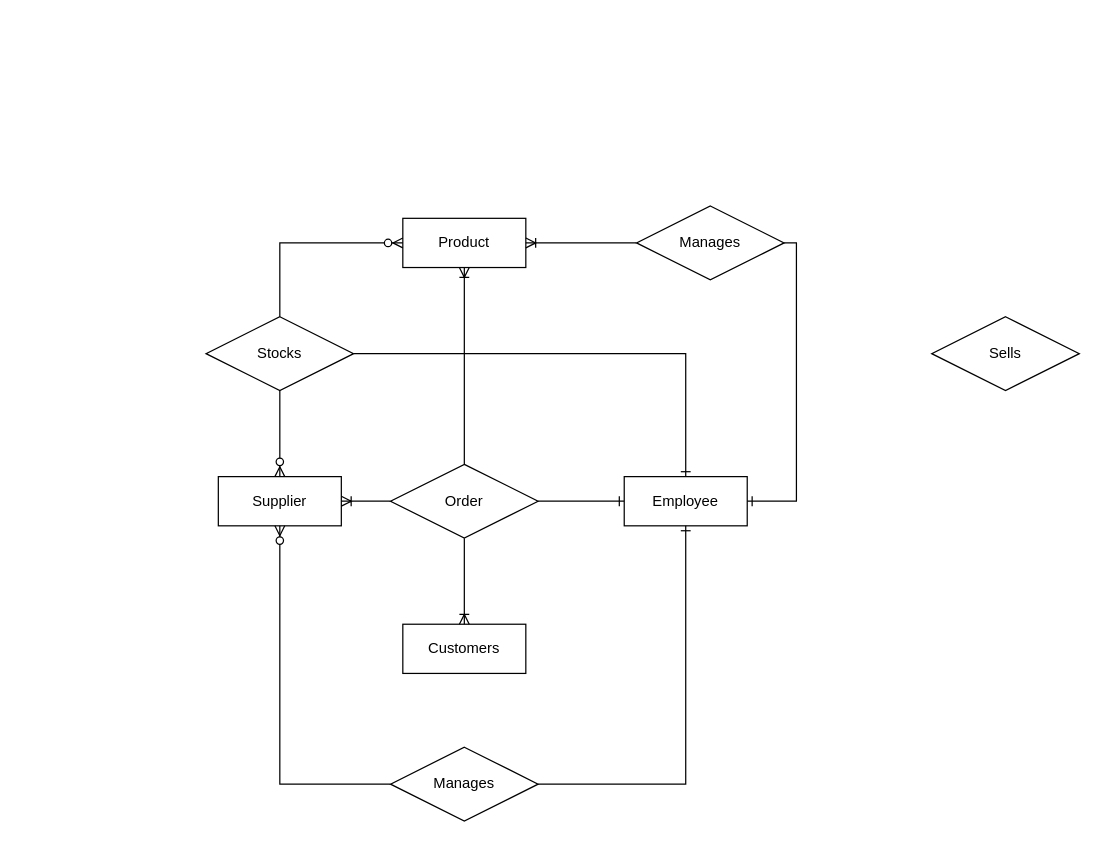
ADmex1/Design-Structure keeps this draw.io diagram as Store IS.drawio. Above is the earlier version. Source tidied: cells renumbered, new cells numbered last; positions are measured from the earlier drawing's top-left corner, leaving out a move shared by most shapes. Both pictures are drawn from the tidied source at 123%, with x=0, y=0 at pixel (205, 205).
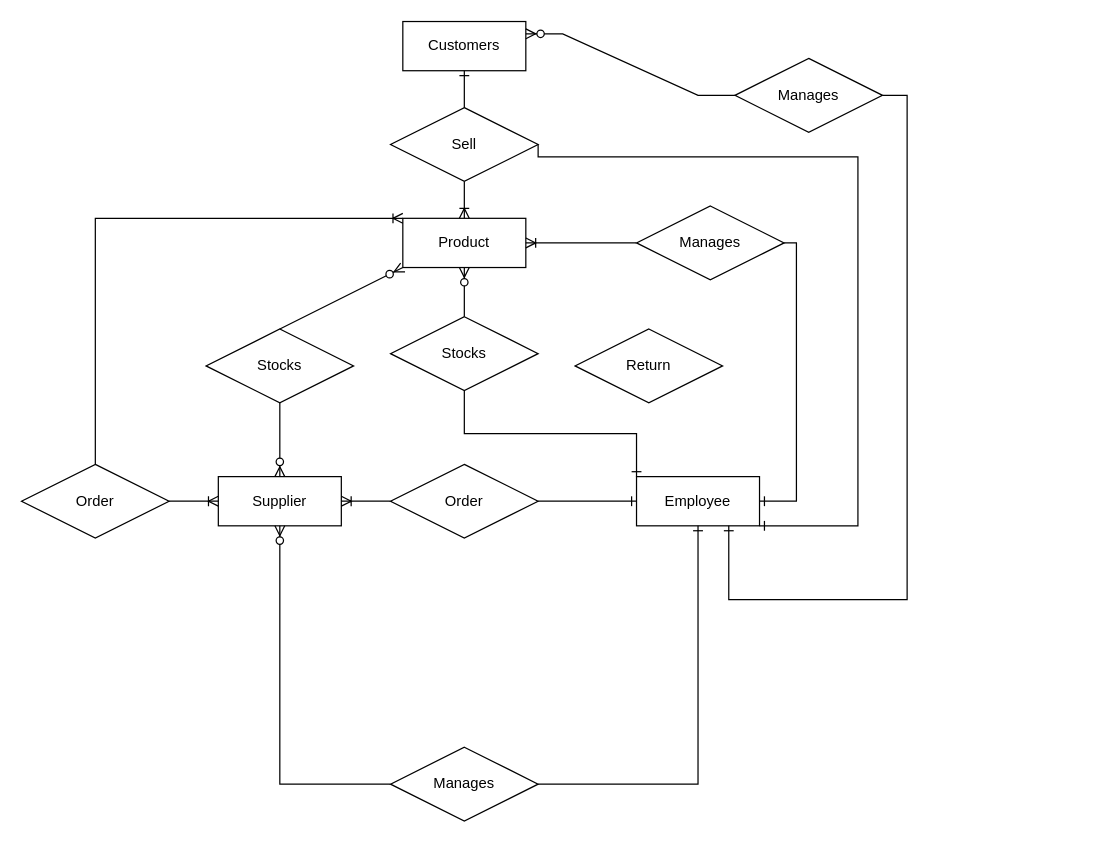
After the change.

The change refers to these unchanged cells:
```xml
<mxCell id="4" value="Product" style="whiteSpace=wrap;html=1;align=center;" parent="1" vertex="1">
  <mxGeometry x="160" y="10" width="100" height="40" as="geometry" />
</mxCell>
<mxCell id="5" value="Supplier" style="whiteSpace=wrap;html=1;align=center;" parent="1" vertex="1">
  <mxGeometry x="10" y="220" width="100" height="40" as="geometry" />
</mxCell>
<mxCell id="6" value="Manages" style="shape=rhombus;perimeter=rhombusPerimeter;whiteSpace=wrap;html=1;align=center;" parent="1" vertex="1">
  <mxGeometry x="350" width="120" height="60" as="geometry" />
</mxCell>
<mxCell id="9" value="Order" style="shape=rhombus;perimeter=rhombusPerimeter;whiteSpace=wrap;html=1;align=center;" parent="1" vertex="1">
  <mxGeometry x="150" y="210" width="120" height="60" as="geometry" />
</mxCell>
```

Change to the diagram source:
```diff
@@
     <mxCell id="2" value="Employee" style="whiteSpace=wrap;html=1;align=center;" parent="1" vertex="1">
-      <mxGeometry x="340" y="220" width="100" height="40" as="geometry" />
+      <mxGeometry x="350" y="220" width="100" height="40" as="geometry" />
     </mxCell>
     <mxCell id="3" value="Customers" style="whiteSpace=wrap;html=1;align=center;" parent="1" vertex="1">
-      <mxGeometry x="160" y="340" width="100" height="40" as="geometry" />
+      <mxGeometry x="160" y="-150" width="100" height="40" as="geometry" />
     </mxCell>
@@
-    <mxCell id="7" style="fontSize=12;html=1;endArrow=ERoneToMany;rounded=0;entryX=1;entryY=0.5;entryDx=0;entryDy=0;exitX=0;exitY=0.5;exitDx=0;exitDy=0;" parent="1" edge="1" source="6" target="4">
-      <mxGeometry relative="1" as="geometry" />
+    <mxCell id="7" style="fontSize=12;html=1;endArrow=ERoneToMany;rounded=0;exitX=0;exitY=0.5;exitDx=0;exitDy=0;" parent="1" edge="1" source="6">
+      <mxGeometry relative="1" as="geometry">
+        <mxPoint x="260" y="30" as="targetPoint" />
+      </mxGeometry>
     </mxCell>
@@
-    <mxCell id="12" style="fontSize=12;html=1;endArrow=ERoneToMany;rounded=0;exitX=0.5;exitY=0;exitDx=0;exitDy=0;entryX=0.5;entryY=1;entryDx=0;entryDy=0;" parent="1" edge="1" source="9" target="4">
-      <mxGeometry relative="1" as="geometry" />
-    </mxCell>
@@
     <mxCell id="16" value="Stocks" style="shape=rhombus;perimeter=rhombusPerimeter;whiteSpace=wrap;html=1;align=center;" parent="1" vertex="1">
-      <mxGeometry y="90" width="120" height="60" as="geometry" />
+      <mxGeometry y="100" width="120" height="60" as="geometry" />
     </mxCell>
@@
-    <mxCell id="18" style="fontSize=12;html=1;endArrow=ERzeroToMany;endFill=1;rounded=0;exitX=0.5;exitY=0;exitDx=0;exitDy=0;edgeStyle=orthogonalEdgeStyle;entryX=0;entryY=0.5;entryDx=0;entryDy=0;" parent="1" edge="1" source="16" target="4">
-      <mxGeometry relative="1" as="geometry">
-        <Array as="points">
-          <mxPoint x="60" y="30" />
-        </Array>
-      </mxGeometry>
+    <mxCell id="18" style="fontSize=12;html=1;endArrow=ERzeroToMany;endFill=1;rounded=0;exitX=0.5;exitY=0;exitDx=0;exitDy=0;entryX=0.5;entryY=1;entryDx=0;entryDy=0;" parent="1" edge="1" source="27" target="4">
+      <mxGeometry relative="1" as="geometry" />
     </mxCell>
-    <mxCell id="19" style="fontSize=12;html=1;endArrow=ERone;endFill=1;rounded=0;exitX=1;exitY=0.5;exitDx=0;exitDy=0;entryX=0.5;entryY=0;entryDx=0;entryDy=0;edgeStyle=orthogonalEdgeStyle;" parent="1" edge="1" source="16" target="2">
+    <mxCell id="19" style="fontSize=12;html=1;endArrow=ERone;endFill=1;rounded=0;exitX=0.5;exitY=1;exitDx=0;exitDy=0;entryX=0;entryY=0;entryDx=0;entryDy=0;edgeStyle=orthogonalEdgeStyle;" parent="1" edge="1" source="27" target="2">
       <mxGeometry relative="1" as="geometry" />
     </mxCell>
-    <mxCell id="20" style="fontSize=12;html=1;endArrow=ERoneToMany;rounded=0;exitX=0.5;exitY=1;exitDx=0;exitDy=0;entryX=0.5;entryY=0;entryDx=0;entryDy=0;" parent="1" edge="1" source="9" target="3">
-      <mxGeometry relative="1" as="geometry" />
-    </mxCell>
-    <mxCell id="21" value="Sells" style="shape=rhombus;perimeter=rhombusPerimeter;whiteSpace=wrap;html=1;align=center;" parent="1" vertex="1">
-      <mxGeometry x="590" y="90" width="120" height="60" as="geometry" />
-    </mxCell>
+    <mxCell id="22" value="Sell" style="shape=rhombus;perimeter=rhombusPerimeter;whiteSpace=wrap;html=1;align=center;" parent="1" vertex="1">
+      <mxGeometry x="150" y="-80" width="120" height="60" as="geometry" />
+    </mxCell>
+    <mxCell id="23" style="fontSize=12;html=1;endArrow=ERoneToMany;rounded=0;exitX=0.5;exitY=1;exitDx=0;exitDy=0;entryX=0.5;entryY=0;entryDx=0;entryDy=0;" parent="1" edge="1" source="22" target="4">
+      <mxGeometry relative="1" as="geometry" />
+    </mxCell>
+    <mxCell id="24" style="fontSize=12;html=1;endArrow=ERone;endFill=1;rounded=0;exitX=0.5;exitY=0;exitDx=0;exitDy=0;entryX=0.5;entryY=1;entryDx=0;entryDy=0;" parent="1" edge="1" source="22" target="3">
+      <mxGeometry relative="1" as="geometry" />
+    </mxCell>
+    <mxCell id="25" value="Order" style="shape=rhombus;perimeter=rhombusPerimeter;whiteSpace=wrap;html=1;align=center;" parent="1" vertex="1">
+      <mxGeometry x="-150" y="210" width="120" height="60" as="geometry" />
+    </mxCell>
+    <mxCell id="26" style="fontSize=12;html=1;endArrow=ERoneToMany;rounded=0;exitX=0.5;exitY=0;exitDx=0;exitDy=0;entryX=0;entryY=0;entryDx=0;entryDy=0;" parent="1" edge="1" source="25" target="4">
+      <mxGeometry relative="1" as="geometry">
+        <Array as="points">
+          <mxPoint x="-90" y="10" />
+        </Array>
+      </mxGeometry>
+    </mxCell>
+    <mxCell id="27" value="Stocks" style="shape=rhombus;perimeter=rhombusPerimeter;whiteSpace=wrap;html=1;align=center;" parent="1" vertex="1">
+      <mxGeometry x="150" y="90" width="120" height="60" as="geometry" />
+    </mxCell>
+    <mxCell id="28" style="fontSize=12;html=1;endArrow=ERzeroToMany;endFill=1;rounded=0;exitX=0.5;exitY=0;exitDx=0;exitDy=0;entryX=0;entryY=1;entryDx=0;entryDy=0;" parent="1" edge="1" source="16" target="4">
+      <mxGeometry relative="1" as="geometry" />
+    </mxCell>
+    <mxCell id="29" style="edgeStyle=entityRelationEdgeStyle;fontSize=12;html=1;endArrow=ERoneToMany;rounded=0;exitX=1;exitY=0.5;exitDx=0;exitDy=0;entryX=0;entryY=0.5;entryDx=0;entryDy=0;" parent="1" edge="1" source="25" target="5">
+      <mxGeometry relative="1" as="geometry" />
+    </mxCell>
+    <mxCell id="30" value="Manages" style="shape=rhombus;perimeter=rhombusPerimeter;whiteSpace=wrap;html=1;align=center;" parent="1" vertex="1">
+      <mxGeometry x="430" y="-120" width="120" height="60" as="geometry" />
+    </mxCell>
+    <mxCell id="31" style="fontSize=12;html=1;endArrow=ERone;endFill=1;rounded=0;exitX=1;exitY=0.5;exitDx=0;exitDy=0;entryX=0.75;entryY=1;entryDx=0;entryDy=0;edgeStyle=orthogonalEdgeStyle;" parent="1" edge="1" source="30" target="2">
+      <mxGeometry relative="1" as="geometry">
+        <Array as="points">
+          <mxPoint x="570" y="-90" />
+          <mxPoint x="570" y="320" />
+          <mxPoint x="425" y="320" />
+        </Array>
+      </mxGeometry>
+    </mxCell>
+    <mxCell id="32" style="edgeStyle=entityRelationEdgeStyle;fontSize=12;html=1;endArrow=ERzeroToMany;endFill=1;rounded=0;entryX=1;entryY=0.25;entryDx=0;entryDy=0;exitX=0;exitY=0.5;exitDx=0;exitDy=0;" parent="1" edge="1" source="30" target="3">
+      <mxGeometry relative="1" as="geometry" />
+    </mxCell>
+    <mxCell id="33" style="fontSize=12;html=1;endArrow=ERone;endFill=1;rounded=0;exitX=1;exitY=0.5;exitDx=0;exitDy=0;entryX=1;entryY=1;entryDx=0;entryDy=0;edgeStyle=orthogonalEdgeStyle;" parent="1" edge="1" source="22" target="2">
+      <mxGeometry relative="1" as="geometry">
+        <Array as="points">
+          <mxPoint x="270" y="-40" />
+          <mxPoint x="530" y="-40" />
+          <mxPoint x="530" y="260" />
+        </Array>
+      </mxGeometry>
+    </mxCell>
+    <mxCell id="34" value="Return" style="shape=rhombus;perimeter=rhombusPerimeter;whiteSpace=wrap;html=1;align=center;" parent="1" vertex="1">
+      <mxGeometry x="300" y="100" width="120" height="60" as="geometry" />
+    </mxCell>
```
